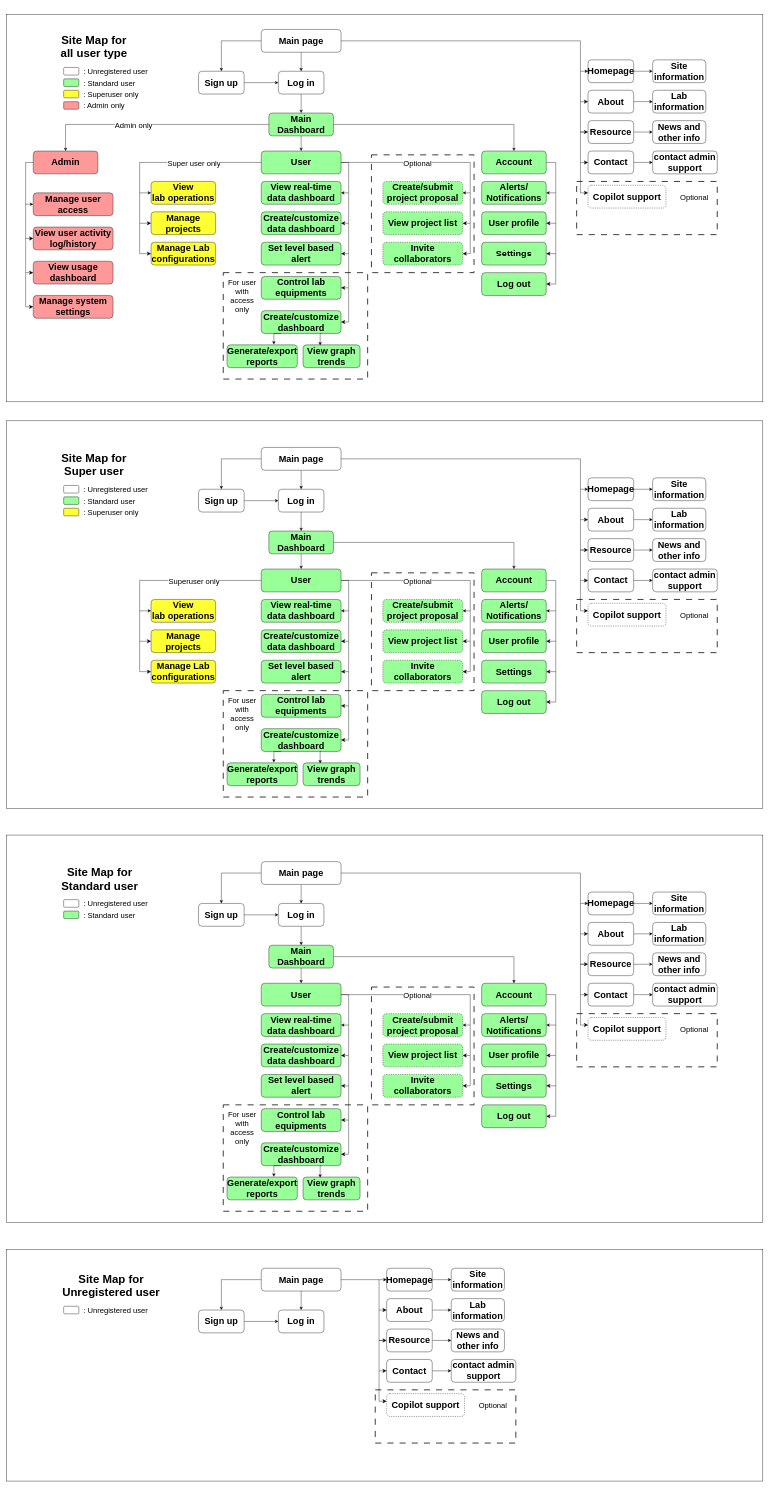
UCLComputerScience/COMP0067_2025_Team6 keeps this draw.io diagram as site_maps_group6.drawio. Above is the earlier version. Source tidied: cells renumbered, new cells numbered last; positions are measured from the earlier drawing's top-left corner, leaving out a move shared by most shapes. Both pictures are drawn from the tidied source at 38%, with x=0, y=0 at pixel (6, 14).
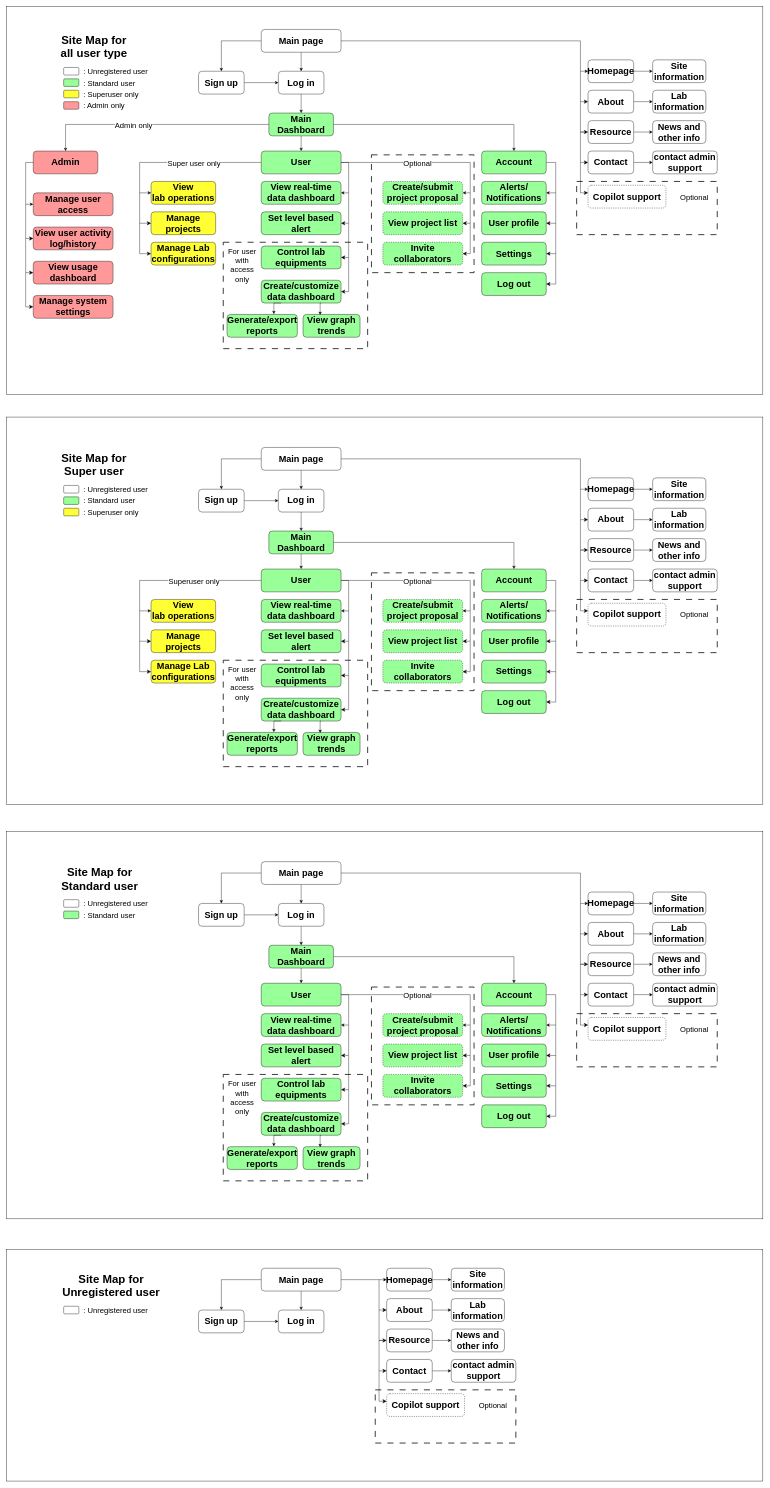
The same diagram, later.

Commit message:
site map update

The edit, as a diff of the source:
```diff
@@
     <mxCell id="2" style="rounded=0;whiteSpace=wrap;html=1;" parent="1" vertex="1">
-      <mxGeometry width="1990" height="1020" as="geometry" />
+      <mxGeometry y="-20" width="1990" height="1020" as="geometry" />
     </mxCell>
     <mxCell id="3" style="rounded=0;whiteSpace=wrap;html=1;" parent="1" vertex="1">
-      <mxGeometry y="1070" width="1990" height="1020" as="geometry" />
+      <mxGeometry y="1060" width="1990" height="1020" as="geometry" />
     </mxCell>
@@
     <mxCell id="7" style="rounded=0;whiteSpace=wrap;html=1;fillColor=none;dashed=1;dashPattern=8 8;strokeWidth=2;" parent="1" vertex="1">
-      <mxGeometry x="570" y="680" width="380" height="280" as="geometry" />
+      <mxGeometry x="570" y="600" width="380" height="280" as="geometry" />
     </mxCell>
@@
     <mxCell id="66" value="&lt;span style=&quot;font-size: 24px;&quot;&gt;Set level based alert&lt;/span&gt;" style="rounded=1;whiteSpace=wrap;html=1;shadow=0;fillColor=light-dark(#99FF99,var(--ge-dark-color, #121212));fontStyle=1;" parent="1" vertex="1">
-      <mxGeometry x="670" y="600" width="210" height="60" as="geometry" />
+      <mxGeometry x="670" y="520" width="210" height="60" as="geometry" />
     </mxCell>
@@
     <mxCell id="68" value="&lt;span style=&quot;font-size: 24px;&quot;&gt;Control lab equipments&lt;/span&gt;" style="rounded=1;whiteSpace=wrap;html=1;shadow=0;fillColor=light-dark(#99FF99,var(--ge-dark-color, #121212));fontStyle=1;" parent="1" vertex="1">
-      <mxGeometry x="670" y="690" width="210" height="60" as="geometry" />
+      <mxGeometry x="670" y="610" width="210" height="60" as="geometry" />
     </mxCell>
-    <mxCell id="69" value="&lt;span style=&quot;font-size: 24px;&quot;&gt;Create/customize dashboard&lt;/span&gt;" style="rounded=1;whiteSpace=wrap;html=1;shadow=0;fillColor=light-dark(#99FF99,var(--ge-dark-color, #121212));fontStyle=1;" parent="1" vertex="1">
-      <mxGeometry x="670" y="780" width="210" height="60" as="geometry" />
+    <mxCell id="69" value="&lt;span style=&quot;font-size: 24px;&quot;&gt;Create/customize data dashboard&lt;/span&gt;" style="rounded=1;whiteSpace=wrap;html=1;shadow=0;fillColor=light-dark(#99FF99,var(--ge-dark-color, #121212));fontStyle=1;" parent="1" vertex="1">
+      <mxGeometry x="670" y="700" width="210" height="60" as="geometry" />
     </mxCell>
     <mxCell id="70" value="&lt;span style=&quot;font-size: 24px;&quot;&gt;Generate/export reports&lt;/span&gt;" style="rounded=1;whiteSpace=wrap;html=1;shadow=0;fillColor=light-dark(#99FF99,var(--ge-dark-color, #121212));fontStyle=1;" parent="1" vertex="1">
-      <mxGeometry x="580" y="870" width="185" height="60" as="geometry" />
+      <mxGeometry x="580" y="790" width="185" height="60" as="geometry" />
     </mxCell>
     <mxCell id="71" value="&lt;span style=&quot;font-size: 24px;&quot;&gt;View graph trends&lt;/span&gt;" style="rounded=1;whiteSpace=wrap;html=1;shadow=0;fillColor=light-dark(#99FF99,var(--ge-dark-color, #121212));fontStyle=1;" parent="1" vertex="1">
-      <mxGeometry x="780" y="870" width="150" height="60" as="geometry" />
+      <mxGeometry x="780" y="790" width="150" height="60" as="geometry" />
     </mxCell>
@@
     <mxCell id="77" value="&lt;div&gt;&lt;font style=&quot;font-size: 20px;&quot;&gt;For user with access only&lt;/font&gt;&lt;/div&gt;" style="text;html=1;align=center;verticalAlign=middle;whiteSpace=wrap;rounded=0;" parent="1" vertex="1">
-      <mxGeometry x="570" y="680" width="100" height="120" as="geometry" />
+      <mxGeometry x="570" y="600" width="100" height="120" as="geometry" />
     </mxCell>
-    <mxCell id="78" value="&lt;span style=&quot;font-size: 24px;&quot;&gt;Create/customize data dashboard&lt;/span&gt;" style="rounded=1;whiteSpace=wrap;html=1;shadow=0;fillColor=light-dark(#99FF99,var(--ge-dark-color, #121212));fontStyle=1;" parent="1" vertex="1">
-      <mxGeometry x="670" y="520" width="210" height="60" as="geometry" />
-    </mxCell>
-    <mxCell id="79" style="edgeStyle=segmentEdgeStyle;endArrow=classic;html=1;curved=0;rounded=0;endSize=8;startSize=8;entryX=1;entryY=0.5;entryDx=0;entryDy=0;" parent="1" edge="1" target="78">
-      <mxGeometry relative="1" as="geometry">
-        <mxPoint x="900" y="470" as="sourcePoint" />
-        <Array as="points">
-          <mxPoint x="900" y="550" />
-        </Array>
-      </mxGeometry>
-    </mxCell>
     <mxCell id="80" style="edgeStyle=segmentEdgeStyle;endArrow=classic;html=1;curved=0;rounded=0;endSize=8;startSize=8;entryX=1;entryY=0.5;entryDx=0;entryDy=0;" parent="1" edge="1" target="66">
       <mxGeometry relative="1" as="geometry">
-        <mxPoint x="900" y="550" as="sourcePoint" />
+        <mxPoint x="900" y="470" as="sourcePoint" />
         <Array as="points">
-          <mxPoint x="900" y="630" />
+          <mxPoint x="900" y="550" />
         </Array>
       </mxGeometry>
     </mxCell>
     <mxCell id="81" style="edgeStyle=segmentEdgeStyle;endArrow=classic;html=1;curved=0;rounded=0;endSize=8;startSize=8;entryX=1;entryY=0.5;entryDx=0;entryDy=0;" parent="1" edge="1" target="68">
       <mxGeometry relative="1" as="geometry">
-        <mxPoint x="900" y="630" as="sourcePoint" />
+        <mxPoint x="900" y="550" as="sourcePoint" />
         <Array as="points">
-          <mxPoint x="900" y="720" />
+          <mxPoint x="900" y="640" />
         </Array>
       </mxGeometry>
     </mxCell>
     <mxCell id="82" style="edgeStyle=segmentEdgeStyle;endArrow=classic;html=1;curved=0;rounded=0;endSize=8;startSize=8;entryX=1;entryY=0.5;entryDx=0;entryDy=0;" parent="1" edge="1" target="69">
       <mxGeometry relative="1" as="geometry">
-        <mxPoint x="900" y="720" as="sourcePoint" />
+        <mxPoint x="900" y="640" as="sourcePoint" />
         <Array as="points">
-          <mxPoint x="900" y="810" />
+          <mxPoint x="900" y="730" />
         </Array>
       </mxGeometry>
     </mxCell>
@@
     <mxCell id="98" style="rounded=0;whiteSpace=wrap;html=1;fillColor=none;dashed=1;dashPattern=8 8;strokeWidth=2;" parent="1" vertex="1">
-      <mxGeometry x="570" y="1780" width="380" height="280" as="geometry" />
+      <mxGeometry x="570" y="1700" width="380" height="280" as="geometry" />
     </mxCell>
@@
     <mxCell id="146" value="&lt;span style=&quot;font-size: 24px;&quot;&gt;Set level based alert&lt;/span&gt;" style="rounded=1;whiteSpace=wrap;html=1;shadow=0;fillColor=light-dark(#99FF99,var(--ge-dark-color, #121212));fontStyle=1;" parent="1" vertex="1">
-      <mxGeometry x="670" y="1700" width="210" height="60" as="geometry" />
+      <mxGeometry x="670" y="1620" width="210" height="60" as="geometry" />
     </mxCell>
@@
     <mxCell id="148" value="&lt;span style=&quot;font-size: 24px;&quot;&gt;Control lab equipments&lt;/span&gt;" style="rounded=1;whiteSpace=wrap;html=1;shadow=0;fillColor=light-dark(#99FF99,var(--ge-dark-color, #121212));fontStyle=1;" parent="1" vertex="1">
-      <mxGeometry x="670" y="1790" width="210" height="60" as="geometry" />
+      <mxGeometry x="670" y="1710" width="210" height="60" as="geometry" />
     </mxCell>
-    <mxCell id="149" value="&lt;span style=&quot;font-size: 24px;&quot;&gt;Create/customize dashboard&lt;/span&gt;" style="rounded=1;whiteSpace=wrap;html=1;shadow=0;fillColor=light-dark(#99FF99,var(--ge-dark-color, #121212));fontStyle=1;" parent="1" vertex="1">
-      <mxGeometry x="670" y="1880" width="210" height="60" as="geometry" />
+    <mxCell id="149" value="&lt;span style=&quot;font-size: 24px;&quot;&gt;Create/customize data dashboard&lt;/span&gt;" style="rounded=1;whiteSpace=wrap;html=1;shadow=0;fillColor=light-dark(#99FF99,var(--ge-dark-color, #121212));fontStyle=1;" parent="1" vertex="1">
+      <mxGeometry x="670" y="1800" width="210" height="60" as="geometry" />
     </mxCell>
     <mxCell id="150" value="&lt;span style=&quot;font-size: 24px;&quot;&gt;Generate/export reports&lt;/span&gt;" style="rounded=1;whiteSpace=wrap;html=1;shadow=0;fillColor=light-dark(#99FF99,var(--ge-dark-color, #121212));fontStyle=1;" parent="1" vertex="1">
-      <mxGeometry x="580" y="1970" width="185" height="60" as="geometry" />
+      <mxGeometry x="580" y="1890" width="185" height="60" as="geometry" />
     </mxCell>
     <mxCell id="151" value="&lt;span style=&quot;font-size: 24px;&quot;&gt;View graph trends&lt;/span&gt;" style="rounded=1;whiteSpace=wrap;html=1;shadow=0;fillColor=light-dark(#99FF99,var(--ge-dark-color, #121212));fontStyle=1;" parent="1" vertex="1">
-      <mxGeometry x="780" y="1970" width="150" height="60" as="geometry" />
+      <mxGeometry x="780" y="1890" width="150" height="60" as="geometry" />
     </mxCell>
@@
     <mxCell id="157" value="&lt;div&gt;&lt;font style=&quot;font-size: 20px;&quot;&gt;For user with access only&lt;/font&gt;&lt;/div&gt;" style="text;html=1;align=center;verticalAlign=middle;whiteSpace=wrap;rounded=0;" parent="1" vertex="1">
-      <mxGeometry x="570" y="1780" width="100" height="120" as="geometry" />
+      <mxGeometry x="570" y="1700" width="100" height="120" as="geometry" />
     </mxCell>
-    <mxCell id="158" value="&lt;span style=&quot;font-size: 24px;&quot;&gt;Create/customize data dashboard&lt;/span&gt;" style="rounded=1;whiteSpace=wrap;html=1;shadow=0;fillColor=light-dark(#99FF99,var(--ge-dark-color, #121212));fontStyle=1;" parent="1" vertex="1">
-      <mxGeometry x="670" y="1620" width="210" height="60" as="geometry" />
-    </mxCell>
-    <mxCell id="159" style="edgeStyle=segmentEdgeStyle;endArrow=classic;html=1;curved=0;rounded=0;endSize=8;startSize=8;entryX=1;entryY=0.5;entryDx=0;entryDy=0;" parent="1" edge="1" target="158">
-      <mxGeometry relative="1" as="geometry">
-        <mxPoint x="900" y="1570" as="sourcePoint" />
-        <Array as="points">
-          <mxPoint x="900" y="1650" />
-        </Array>
-      </mxGeometry>
-    </mxCell>
     <mxCell id="160" style="edgeStyle=segmentEdgeStyle;endArrow=classic;html=1;curved=0;rounded=0;endSize=8;startSize=8;entryX=1;entryY=0.5;entryDx=0;entryDy=0;" parent="1" edge="1" target="146">
       <mxGeometry relative="1" as="geometry">
-        <mxPoint x="900" y="1650" as="sourcePoint" />
+        <mxPoint x="900" y="1570" as="sourcePoint" />
         <Array as="points">
-          <mxPoint x="900" y="1730" />
+          <mxPoint x="900" y="1650" />
         </Array>
       </mxGeometry>
     </mxCell>
     <mxCell id="161" style="edgeStyle=segmentEdgeStyle;endArrow=classic;html=1;curved=0;rounded=0;endSize=8;startSize=8;entryX=1;entryY=0.5;entryDx=0;entryDy=0;" parent="1" edge="1" target="148">
       <mxGeometry relative="1" as="geometry">
-        <mxPoint x="900" y="1730" as="sourcePoint" />
+        <mxPoint x="900" y="1650" as="sourcePoint" />
         <Array as="points">
-          <mxPoint x="900" y="1820" />
+          <mxPoint x="900" y="1740" />
         </Array>
       </mxGeometry>
     </mxCell>
     <mxCell id="162" style="edgeStyle=segmentEdgeStyle;endArrow=classic;html=1;curved=0;rounded=0;endSize=8;startSize=8;entryX=1;entryY=0.5;entryDx=0;entryDy=0;" parent="1" edge="1" target="149">
       <mxGeometry relative="1" as="geometry">
-        <mxPoint x="900" y="1820" as="sourcePoint" />
+        <mxPoint x="900" y="1740" as="sourcePoint" />
         <Array as="points">
-          <mxPoint x="900" y="1910" />
+          <mxPoint x="900" y="1830" />
         </Array>
       </mxGeometry>
     </mxCell>
@@
     <mxCell id="203" style="rounded=0;whiteSpace=wrap;html=1;" parent="1" vertex="1">
-      <mxGeometry y="2160" width="1990" height="1020" as="geometry" />
+      <mxGeometry y="2150" width="1990" height="1020" as="geometry" />
     </mxCell>
@@
     <mxCell id="206" style="rounded=0;whiteSpace=wrap;html=1;fillColor=none;dashed=1;dashPattern=8 8;strokeWidth=2;" parent="1" vertex="1">
-      <mxGeometry x="570" y="2870" width="380" height="280" as="geometry" />
+      <mxGeometry x="570" y="2790" width="380" height="280" as="geometry" />
     </mxCell>
@@
     <mxCell id="247" value="&lt;span style=&quot;font-size: 24px;&quot;&gt;Set level based alert&lt;/span&gt;" style="rounded=1;whiteSpace=wrap;html=1;shadow=0;fillColor=light-dark(#99FF99,var(--ge-dark-color, #121212));fontStyle=1;" parent="1" vertex="1">
-      <mxGeometry x="670" y="2790" width="210" height="60" as="geometry" />
+      <mxGeometry x="670" y="2710" width="210" height="60" as="geometry" />
     </mxCell>
@@
     <mxCell id="249" value="&lt;span style=&quot;font-size: 24px;&quot;&gt;Control lab equipments&lt;/span&gt;" style="rounded=1;whiteSpace=wrap;html=1;shadow=0;fillColor=light-dark(#99FF99,var(--ge-dark-color, #121212));fontStyle=1;" parent="1" vertex="1">
-      <mxGeometry x="670" y="2880" width="210" height="60" as="geometry" />
+      <mxGeometry x="670" y="2800" width="210" height="60" as="geometry" />
     </mxCell>
-    <mxCell id="250" value="&lt;span style=&quot;font-size: 24px;&quot;&gt;Create/customize dashboard&lt;/span&gt;" style="rounded=1;whiteSpace=wrap;html=1;shadow=0;fillColor=light-dark(#99FF99,var(--ge-dark-color, #121212));fontStyle=1;" parent="1" vertex="1">
-      <mxGeometry x="670" y="2970" width="210" height="60" as="geometry" />
+    <mxCell id="250" value="&lt;span style=&quot;font-size: 24px;&quot;&gt;Create/customize data dashboard&lt;/span&gt;" style="rounded=1;whiteSpace=wrap;html=1;shadow=0;fillColor=light-dark(#99FF99,var(--ge-dark-color, #121212));fontStyle=1;" parent="1" vertex="1">
+      <mxGeometry x="670" y="2890" width="210" height="60" as="geometry" />
     </mxCell>
     <mxCell id="251" value="&lt;span style=&quot;font-size: 24px;&quot;&gt;Generate/export reports&lt;/span&gt;" style="rounded=1;whiteSpace=wrap;html=1;shadow=0;fillColor=light-dark(#99FF99,var(--ge-dark-color, #121212));fontStyle=1;" parent="1" vertex="1">
-      <mxGeometry x="580" y="3060" width="185" height="60" as="geometry" />
+      <mxGeometry x="580" y="2980" width="185" height="60" as="geometry" />
     </mxCell>
     <mxCell id="252" value="&lt;span style=&quot;font-size: 24px;&quot;&gt;View graph trends&lt;/span&gt;" style="rounded=1;whiteSpace=wrap;html=1;shadow=0;fillColor=light-dark(#99FF99,var(--ge-dark-color, #121212));fontStyle=1;" parent="1" vertex="1">
-      <mxGeometry x="780" y="3060" width="150" height="60" as="geometry" />
+      <mxGeometry x="780" y="2980" width="150" height="60" as="geometry" />
     </mxCell>
@@
     <mxCell id="258" value="&lt;div&gt;&lt;font style=&quot;font-size: 20px;&quot;&gt;For user with access only&lt;/font&gt;&lt;/div&gt;" style="text;html=1;align=center;verticalAlign=middle;whiteSpace=wrap;rounded=0;" parent="1" vertex="1">
-      <mxGeometry x="570" y="2870" width="100" height="120" as="geometry" />
+      <mxGeometry x="570" y="2790" width="100" height="120" as="geometry" />
     </mxCell>
-    <mxCell id="259" value="&lt;span style=&quot;font-size: 24px;&quot;&gt;Create/customize data dashboard&lt;/span&gt;" style="rounded=1;whiteSpace=wrap;html=1;shadow=0;fillColor=light-dark(#99FF99,var(--ge-dark-color, #121212));fontStyle=1;" parent="1" vertex="1">
-      <mxGeometry x="670" y="2710" width="210" height="60" as="geometry" />
-    </mxCell>
-    <mxCell id="260" style="edgeStyle=segmentEdgeStyle;endArrow=classic;html=1;curved=0;rounded=0;endSize=8;startSize=8;entryX=1;entryY=0.5;entryDx=0;entryDy=0;" parent="1" edge="1" target="259">
-      <mxGeometry relative="1" as="geometry">
-        <mxPoint x="900" y="2660" as="sourcePoint" />
-        <Array as="points">
-          <mxPoint x="900" y="2740" />
-        </Array>
-      </mxGeometry>
-    </mxCell>
     <mxCell id="261" style="edgeStyle=segmentEdgeStyle;endArrow=classic;html=1;curved=0;rounded=0;endSize=8;startSize=8;entryX=1;entryY=0.5;entryDx=0;entryDy=0;" parent="1" edge="1" target="247">
       <mxGeometry relative="1" as="geometry">
-        <mxPoint x="900" y="2740" as="sourcePoint" />
+        <mxPoint x="900" y="2660" as="sourcePoint" />
         <Array as="points">
-          <mxPoint x="900" y="2820" />
+          <mxPoint x="900" y="2740" />
         </Array>
       </mxGeometry>
     </mxCell>
     <mxCell id="262" style="edgeStyle=segmentEdgeStyle;endArrow=classic;html=1;curved=0;rounded=0;endSize=8;startSize=8;entryX=1;entryY=0.5;entryDx=0;entryDy=0;" parent="1" edge="1" target="249">
       <mxGeometry relative="1" as="geometry">
-        <mxPoint x="900" y="2820" as="sourcePoint" />
+        <mxPoint x="900" y="2740" as="sourcePoint" />
         <Array as="points">
-          <mxPoint x="900" y="2910" />
+          <mxPoint x="900" y="2830" />
         </Array>
       </mxGeometry>
     </mxCell>
     <mxCell id="263" style="edgeStyle=segmentEdgeStyle;endArrow=classic;html=1;curved=0;rounded=0;endSize=8;startSize=8;entryX=1;entryY=0.5;entryDx=0;entryDy=0;" parent="1" edge="1" target="250">
       <mxGeometry relative="1" as="geometry">
-        <mxPoint x="900" y="2910" as="sourcePoint" />
+        <mxPoint x="900" y="2830" as="sourcePoint" />
         <Array as="points">
-          <mxPoint x="900" y="3000" />
+          <mxPoint x="900" y="2920" />
         </Array>
       </mxGeometry>
     </mxCell>
```
